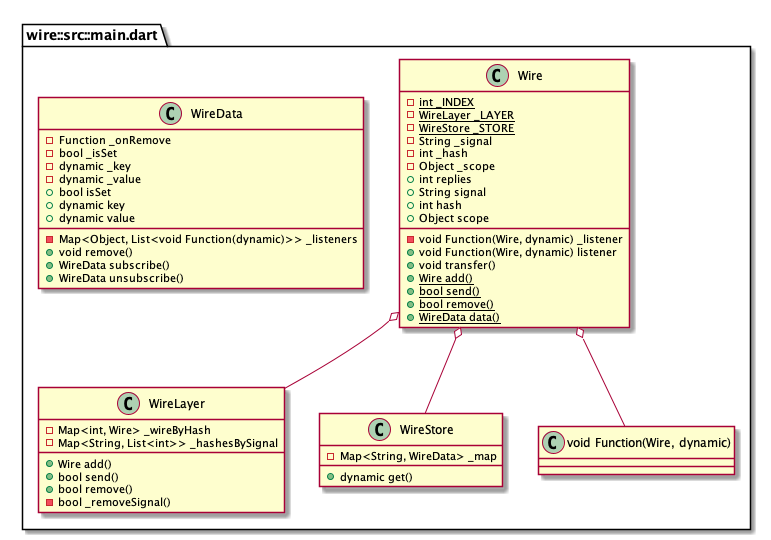
Before: uml/configuration.png, a diagram exported from PlantUML (WiresWare/wire_dart).
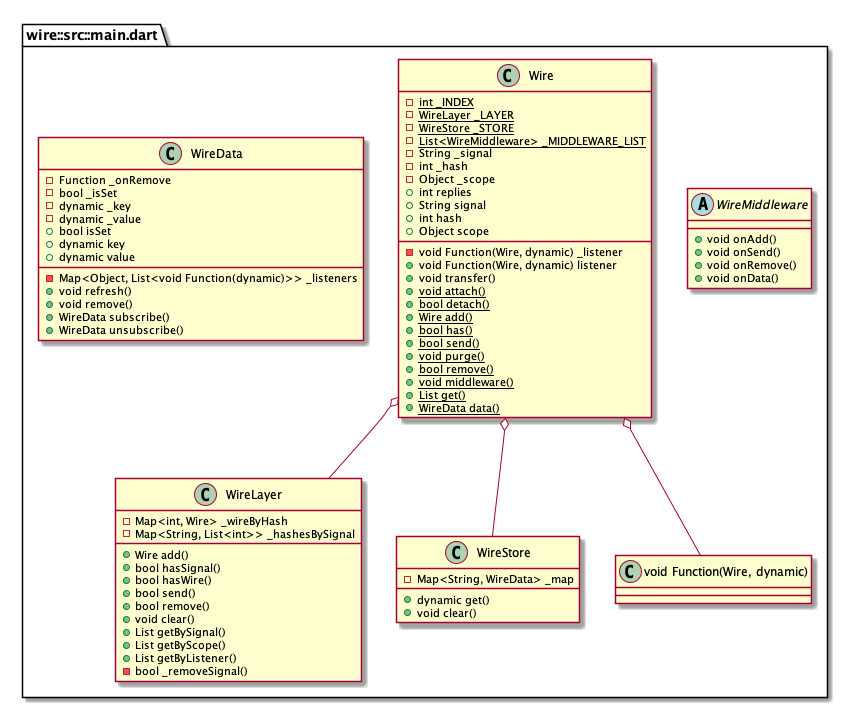
Later version of the same file.

Diff of the diagram source:
```diff
@@ -1,10 +1,18 @@
 @startuml
 set namespaceSeparator ::
+
+abstract class "wire::src::main.dart::WireMiddleware" {
+  +void onAdd()
+  +void onSend()
+  +void onRemove()
+  +void onData()
+}
 
 class "wire::src::main.dart::Wire" {
   {static} -int _INDEX
   {static} -WireLayer _LAYER
   {static} -WireStore _STORE
+  {static} -List<WireMiddleware> _MIDDLEWARE_LIST
   -String _signal
   -void Function(Wire, dynamic) _listener
   -int _hash
@@ -15,9 +23,15 @@
   +int hash
   +Object scope
   +void transfer()
+  {static} +void attach()
+  {static} +bool detach()
   {static} +Wire add()
+  {static} +bool has()
   {static} +bool send()
+  {static} +void purge()
   {static} +bool remove()
+  {static} +void middleware()
+  {static} +List get()
   {static} +WireData data()
 }
 
@@ -28,14 +42,21 @@
 class "wire::src::main.dart::WireStore" {
   -Map<String, WireData> _map
   +dynamic get()
+  +void clear()
 }
 
 class "wire::src::main.dart::WireLayer" {
   -Map<int, Wire> _wireByHash
   -Map<String, List<int>> _hashesBySignal
   +Wire add()
+  +bool hasSignal()
+  +bool hasWire()
   +bool send()
   +bool remove()
+  +void clear()
+  +List getBySignal()
+  +List getByScope()
+  +List getByListener()
   -bool _removeSignal()
 }
 
@@ -48,6 +69,7 @@
   +bool isSet
   +dynamic key
   +dynamic value
+  +void refresh()
   +void remove()
   +WireData subscribe()
   +WireData unsubscribe()
```
